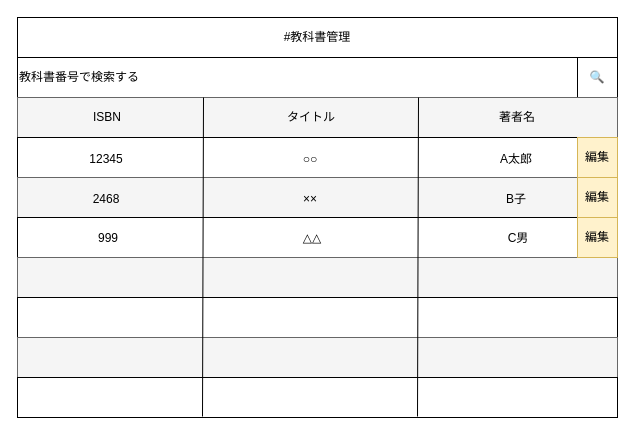
2022java42-student009/ProjectJava keeps this draw.io diagram as レイアウト図/管理者画面/教科書検索画面.drawio. Above is the earlier version. Source tidied: cells renumbered, new cells numbered last; positions are measured from the earlier drawing's top-left corner, leaving out a move shared by most shapes. Both pictures are drawn from the tidied source at 100%, with x=0, y=0 at pixel (17, 17).
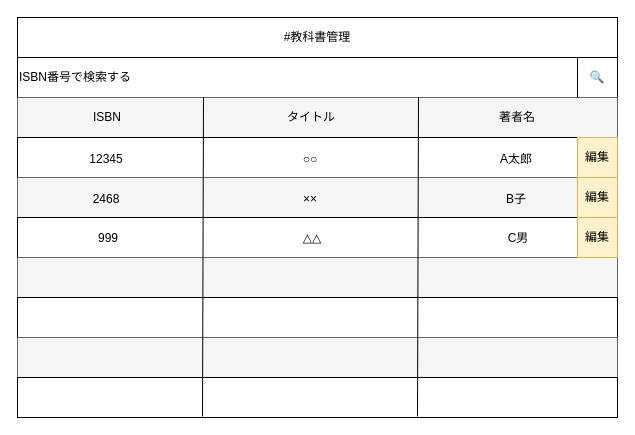
Above is the later version.

Diff of the diagram source:
```diff
@@
-    <mxCell id="4" value="教科書番号で検索する" style="rounded=0;whiteSpace=wrap;html=1;align=left;strokeColor=#000000;" parent="1" vertex="1">
+    <mxCell id="4" value="ISBN番号で検索する" style="rounded=0;whiteSpace=wrap;html=1;align=left;strokeColor=#000000;" parent="1" vertex="1">
       <mxGeometry y="40" width="600" height="40" as="geometry" />
     </mxCell>
```
